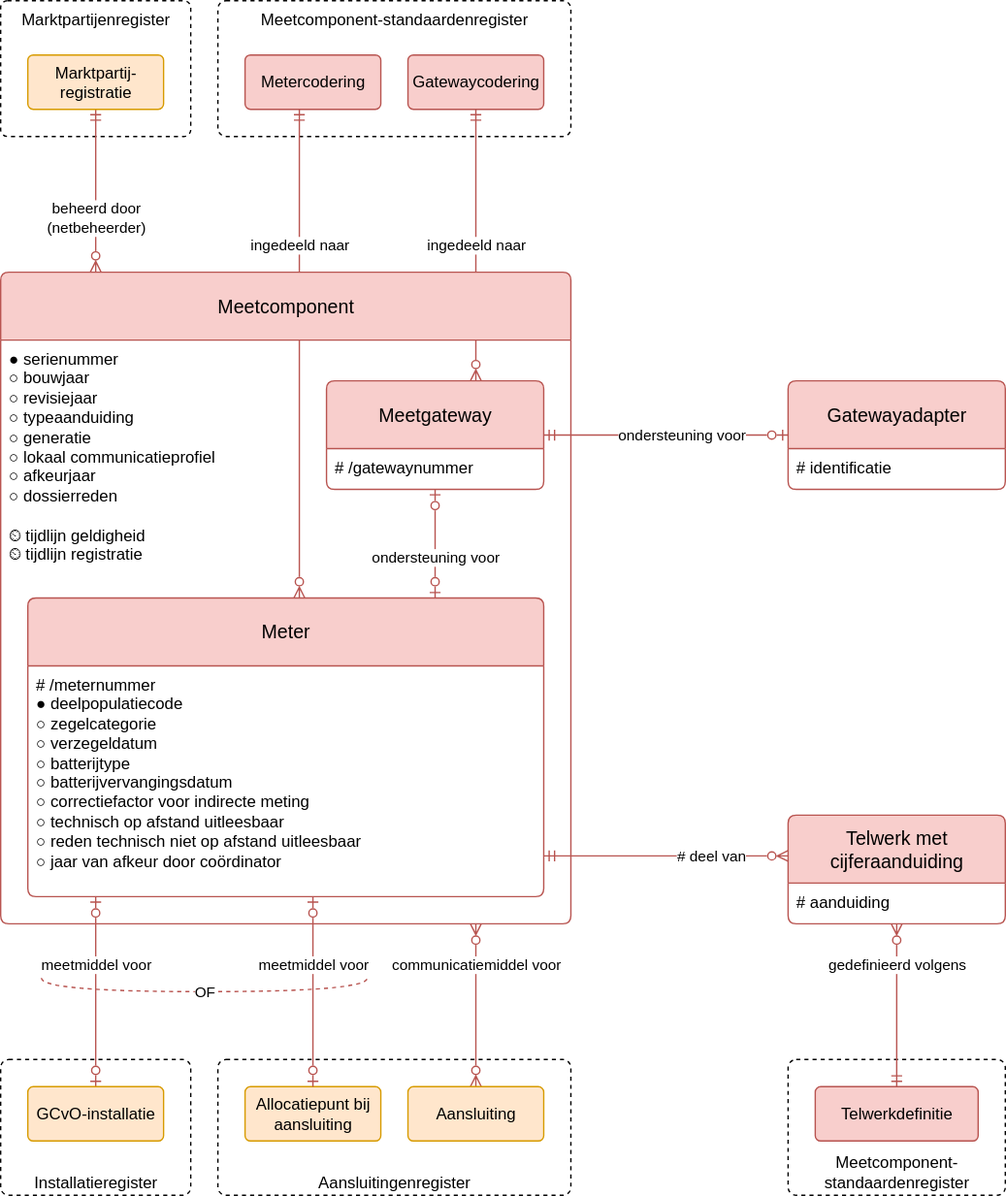
Before: modellen/registers/meetcomponentenregister/1.0.0/model.drawio.svg, a diagram exported from draw.io (sefanja/nbnl-conceptuele-informatiemodellen). Source tidied: cells renumbered, new cells last; positions are measured from the earlier drawing's top-left corner, leaving out a move shared by most shapes.
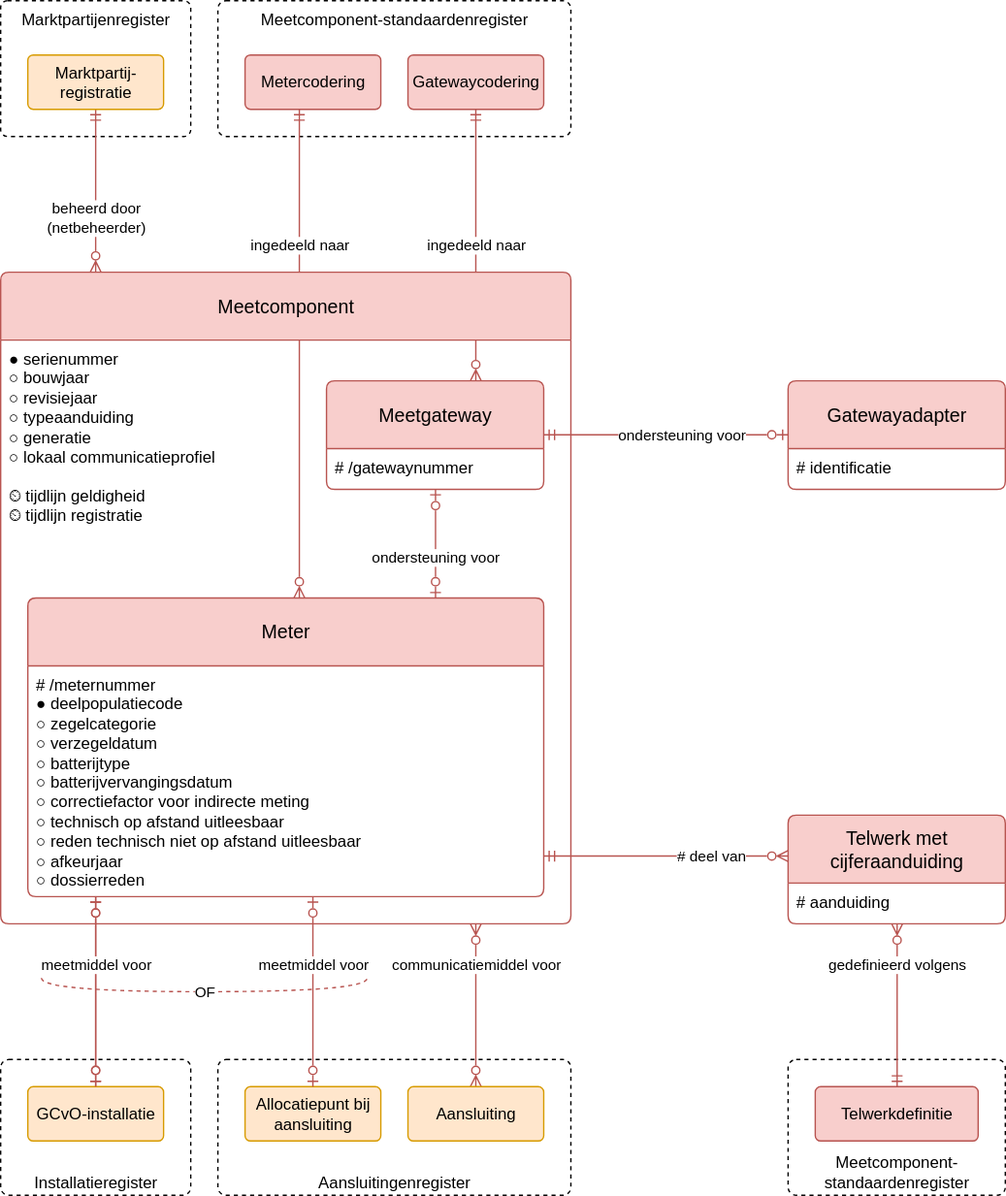
The same diagram one commit later.

Change to the diagram source:
```diff
@@ -24,7 +24,7 @@
     <mxCell id="7" value="Meetcomponent" style="swimlane;horizontal=1;startSize=50;rounded=1;fontSize=14;fontStyle=0;strokeWidth=1;shadow=0;dashed=0;align=center;fillColor=#f8cecc;strokeColor=#b85450;arcSize=4;whiteSpace=wrap;html=1;" parent="1" vertex="1">
       <mxGeometry y="200" width="420" height="480" as="geometry" />
     </mxCell>
-    <mxCell id="8" value="●&amp;nbsp;serienummer&lt;br&gt;○&amp;nbsp;bouwjaar&lt;div&gt;○ revisiejaar&lt;br&gt;&lt;div&gt;&lt;/div&gt;&lt;div&gt;○ typeaanduiding&lt;span style=&quot;background-color: transparent; color: light-dark(rgb(0, 0, 0), rgb(255, 255, 255));&quot;&gt;&lt;/span&gt;&lt;/div&gt;&lt;div&gt;&lt;span style=&quot;background-color: transparent; color: light-dark(rgb(0, 0, 0), rgb(255, 255, 255));&quot;&gt;○ generatie&lt;/span&gt;&lt;/div&gt;&lt;div&gt;&lt;span style=&quot;background-color: transparent; color: light-dark(rgb(0, 0, 0), rgb(255, 255, 255));&quot;&gt;○&amp;nbsp;&lt;/span&gt;&lt;span style=&quot;background-color: transparent; color: light-dark(rgb(0, 0, 0), rgb(255, 255, 255));&quot;&gt;lokaal communicatieprofiel&lt;/span&gt;&lt;/div&gt;&lt;div&gt;○ afkeurjaar&lt;span style=&quot;background-color: transparent; color: light-dark(rgb(0, 0, 0), rgb(255, 255, 255));&quot;&gt;&lt;/span&gt;&lt;/div&gt;&lt;div&gt;○ dossierreden&lt;/div&gt;&lt;div&gt;&lt;br&gt;&lt;/div&gt;&lt;div&gt;&lt;span style=&quot;background-color: transparent;&quot;&gt;⏲ tijdlijn geldigheid&lt;/span&gt;&lt;/div&gt;&lt;div&gt;⏲ tijdlijn registratie&lt;span style=&quot;background-color: transparent;&quot;&gt;&lt;/span&gt;&lt;/div&gt;&lt;/div&gt;" style="align=left;strokeColor=none;fillColor=none;spacingLeft=4;fontSize=12;verticalAlign=top;fontStyle=0;html=1;" parent="7" vertex="1">
+    <mxCell id="8" value="●&amp;nbsp;serienummer&lt;br&gt;○&amp;nbsp;bouwjaar&lt;div&gt;○ revisiejaar&lt;br&gt;&lt;div&gt;&lt;/div&gt;&lt;div&gt;○ typeaanduiding&lt;span style=&quot;background-color: transparent; color: light-dark(rgb(0, 0, 0), rgb(255, 255, 255));&quot;&gt;&lt;/span&gt;&lt;/div&gt;&lt;div&gt;&lt;span style=&quot;background-color: transparent; color: light-dark(rgb(0, 0, 0), rgb(255, 255, 255));&quot;&gt;○ generatie&lt;/span&gt;&lt;/div&gt;&lt;div&gt;&lt;span style=&quot;background-color: transparent; color: light-dark(rgb(0, 0, 0), rgb(255, 255, 255));&quot;&gt;○&amp;nbsp;&lt;/span&gt;&lt;span style=&quot;background-color: transparent; color: light-dark(rgb(0, 0, 0), rgb(255, 255, 255));&quot;&gt;lokaal communicatieprofiel&lt;/span&gt;&lt;/div&gt;&lt;div&gt;&lt;br&gt;&lt;/div&gt;&lt;div&gt;&lt;span style=&quot;background-color: transparent;&quot;&gt;⏲ tijdlijn geldigheid&lt;/span&gt;&lt;/div&gt;&lt;div&gt;⏲ tijdlijn registratie&lt;span style=&quot;background-color: transparent;&quot;&gt;&lt;/span&gt;&lt;/div&gt;&lt;/div&gt;" style="align=left;strokeColor=none;fillColor=none;spacingLeft=4;fontSize=12;verticalAlign=top;fontStyle=0;html=1;" parent="7" vertex="1">
       <mxGeometry y="50" width="420" height="430" as="geometry" />
     </mxCell>
     <mxCell id="9" value="Aansluitingenregister" style="rounded=1;whiteSpace=wrap;html=1;dashed=1;verticalAlign=bottom;arcSize=6;" parent="1" vertex="1">
@@ -33,7 +33,7 @@
     <mxCell id="10" value="Meter" style="swimlane;horizontal=1;startSize=50;rounded=1;fontSize=14;fontStyle=0;strokeWidth=1;shadow=0;dashed=0;align=center;fillColor=#f8cecc;strokeColor=#b85450;arcSize=4;whiteSpace=wrap;html=1;" parent="1" vertex="1">
       <mxGeometry x="20" y="440" width="380" height="220" as="geometry" />
     </mxCell>
-    <mxCell id="11" value="&lt;div&gt;# /meternummer&lt;/div&gt;&lt;div&gt;● deelpopulatiecode&lt;/div&gt;&lt;div&gt;&lt;div&gt;&lt;span style=&quot;background-color: initial; color: light-dark(rgb(0, 0, 0), rgb(255, 255, 255));&quot;&gt;○ zegelcategorie&lt;/span&gt;&lt;/div&gt;&lt;div&gt;○ verzegeldatum&lt;/div&gt;&lt;/div&gt;&lt;div&gt;&lt;span style=&quot;background-color: transparent; color: light-dark(rgb(0, 0, 0), rgb(255, 255, 255));&quot;&gt;○ batterijtype&lt;/span&gt;&lt;/div&gt;&lt;div&gt;&lt;div&gt;○ batterijvervangingsdatum&lt;/div&gt;&lt;/div&gt;&lt;div&gt;&lt;span style=&quot;background-color: transparent; color: light-dark(rgb(0, 0, 0), rgb(255, 255, 255));&quot;&gt;○&amp;nbsp;&lt;/span&gt;&lt;span style=&quot;background-color: transparent; color: light-dark(rgb(0, 0, 0), rgb(255, 255, 255));&quot;&gt;correctiefactor&amp;nbsp;voor indirecte meting&lt;/span&gt;&lt;/div&gt;&lt;div&gt;&lt;div&gt;&lt;div&gt;&lt;span style=&quot;background-color: transparent; color: light-dark(rgb(0, 0, 0), rgb(255, 255, 255));&quot;&gt;○&lt;/span&gt;&lt;span style=&quot;background-color: initial; color: light-dark(rgb(0, 0, 0), rgb(255, 255, 255));&quot;&gt;&amp;nbsp;&lt;/span&gt;&lt;span style=&quot;background-color: initial; color: light-dark(rgb(0, 0, 0), rgb(255, 255, 255));&quot;&gt;technisch op afstand uitleesbaar&lt;/span&gt;&lt;/div&gt;&lt;div&gt;○&amp;nbsp;reden technisch niet op afstand&amp;nbsp;&lt;span style=&quot;background-color: transparent; color: light-dark(rgb(0, 0, 0), rgb(255, 255, 255));&quot;&gt;uitleesbaar&lt;/span&gt;&lt;/div&gt;&lt;/div&gt;&lt;/div&gt;&lt;div&gt;&lt;span style=&quot;background-color: transparent; color: light-dark(rgb(0, 0, 0), rgb(255, 255, 255));&quot;&gt;○&amp;nbsp;&lt;/span&gt;&lt;span style=&quot;background-color: transparent;&quot;&gt;jaar van afkeur door coördinator&lt;/span&gt;&lt;/div&gt;" style="align=left;strokeColor=none;fillColor=none;spacingLeft=4;fontSize=12;verticalAlign=top;fontStyle=0;html=1;" parent="10" vertex="1">
+    <mxCell id="11" value="&lt;div&gt;# /meternummer&lt;/div&gt;&lt;div&gt;● deelpopulatiecode&lt;/div&gt;&lt;div&gt;&lt;div&gt;&lt;span style=&quot;background-color: initial; color: light-dark(rgb(0, 0, 0), rgb(255, 255, 255));&quot;&gt;○ zegelcategorie&lt;/span&gt;&lt;/div&gt;&lt;div&gt;○ verzegeldatum&lt;/div&gt;&lt;/div&gt;&lt;div&gt;&lt;span style=&quot;background-color: transparent; color: light-dark(rgb(0, 0, 0), rgb(255, 255, 255));&quot;&gt;○ batterijtype&lt;/span&gt;&lt;/div&gt;&lt;div&gt;&lt;div&gt;○ batterijvervangingsdatum&lt;/div&gt;&lt;/div&gt;&lt;div&gt;&lt;span style=&quot;background-color: transparent; color: light-dark(rgb(0, 0, 0), rgb(255, 255, 255));&quot;&gt;○&amp;nbsp;&lt;/span&gt;&lt;span style=&quot;background-color: transparent; color: light-dark(rgb(0, 0, 0), rgb(255, 255, 255));&quot;&gt;correctiefactor&amp;nbsp;voor indirecte meting&lt;/span&gt;&lt;/div&gt;&lt;div&gt;&lt;div&gt;&lt;div&gt;&lt;span style=&quot;background-color: transparent; color: light-dark(rgb(0, 0, 0), rgb(255, 255, 255));&quot;&gt;○&lt;/span&gt;&lt;span style=&quot;background-color: initial; color: light-dark(rgb(0, 0, 0), rgb(255, 255, 255));&quot;&gt;&amp;nbsp;&lt;/span&gt;&lt;span style=&quot;background-color: initial; color: light-dark(rgb(0, 0, 0), rgb(255, 255, 255));&quot;&gt;technisch op afstand uitleesbaar&lt;/span&gt;&lt;/div&gt;&lt;div&gt;○&amp;nbsp;reden technisch niet op afstand&amp;nbsp;&lt;span style=&quot;background-color: transparent; color: light-dark(rgb(0, 0, 0), rgb(255, 255, 255));&quot;&gt;uitleesbaar&lt;/span&gt;&lt;/div&gt;&lt;/div&gt;&lt;/div&gt;&lt;div&gt;&lt;span style=&quot;background-color: transparent; color: light-dark(rgb(0, 0, 0), rgb(255, 255, 255));&quot;&gt;○&amp;nbsp;&lt;/span&gt;&lt;span style=&quot;background-color: transparent; color: light-dark(rgb(0, 0, 0), rgb(255, 255, 255));&quot;&gt;afkeurjaar&lt;/span&gt;&lt;/div&gt;&lt;div&gt;&lt;span style=&quot;background-color: transparent; color: light-dark(rgb(0, 0, 0), rgb(255, 255, 255));&quot;&gt;○ dossierreden&lt;/span&gt;&lt;/div&gt;" style="align=left;strokeColor=none;fillColor=none;spacingLeft=4;fontSize=12;verticalAlign=top;fontStyle=0;html=1;" parent="10" vertex="1">
       <mxGeometry y="50" width="380" height="170" as="geometry" />
     </mxCell>
     <mxCell id="12" value="Installatieregister" style="rounded=1;whiteSpace=wrap;html=1;dashed=1;verticalAlign=bottom;arcSize=6;" parent="1" vertex="1">
@@ -112,5 +112,8 @@
     <mxCell id="34" value="# deel van" style="endArrow=ERmandOne;html=1;rounded=0;startArrow=ERzeroToMany;startFill=0;endFill=0;edgeStyle=elbowEdgeStyle;align=right;fillColor=#f8cecc;strokeColor=#b85450;elbow=vertical;" parent="1" edge="1" source="32" target="10">
       <mxGeometry x="-0.67" relative="1" as="geometry" />
     </mxCell>
+    <mxCell id="35" value="meetmiddel voor" style="edgeStyle=elbowEdgeStyle;fontSize=11;html=1;endArrow=ERzeroToOne;startArrow=ERzeroToOne;rounded=0;startFill=0;align=center;endFill=0;fontStyle=0;fillColor=#f8cecc;strokeColor=#b85450;" parent="1" edge="1" source="10" target="17">
+      <mxGeometry x="-0.29" relative="1" as="geometry" />
+    </mxCell>
   </root>
 </mxGraphModel>
```
